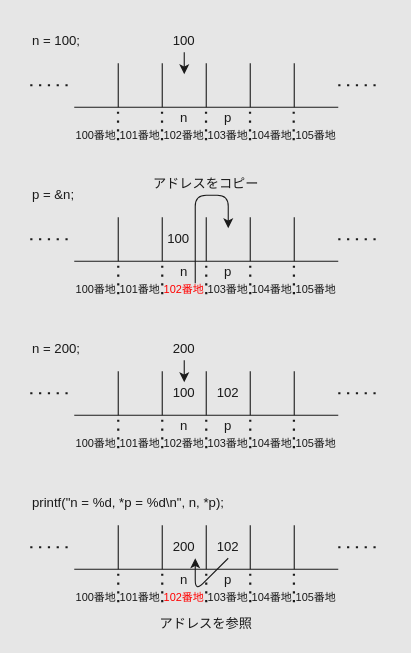
Before: page "ref" (2 of 5) of src/pointer/index.drawio in tuatmcc/ClangWorkShop, a draw.io diagram. Source tidied: cells renumbered, new cells numbered last; positions are measured from the earlier drawing's top-left corner, leaving out a move shared by most shapes. Both pictures are drawn from the tidied source at 110%, with x=0, y=0 at pixel (30, 30).
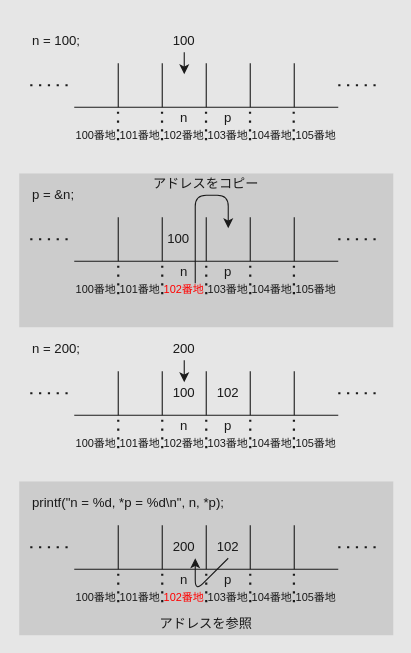
The same page after the edit.

What changed in the source:
```diff
@@
+    <mxCell id="103" style="rounded=0;whiteSpace=wrap;html=1;strokeColor=none;fillColor=#CCCCCC;" parent="1" vertex="1">
+      <mxGeometry x="-10" y="410" width="340" height="140" as="geometry" />
+    </mxCell>
+    <mxCell id="104" style="rounded=0;whiteSpace=wrap;html=1;strokeColor=none;fillColor=#E6E6E6;" parent="1" vertex="1">
+      <mxGeometry x="-10" y="270" width="340" height="140" as="geometry" />
+    </mxCell>
+    <mxCell id="105" style="rounded=0;whiteSpace=wrap;html=1;strokeColor=none;fillColor=#CCCCCC;" parent="1" vertex="1">
+      <mxGeometry x="-10" y="130" width="340" height="140" as="geometry" />
+    </mxCell>
+    <mxCell id="106" style="rounded=0;whiteSpace=wrap;html=1;strokeColor=none;fillColor=#E6E6E6;" parent="1" vertex="1">
+      <mxGeometry x="-10" y="-10" width="340" height="140" as="geometry" />
+    </mxCell>
```
